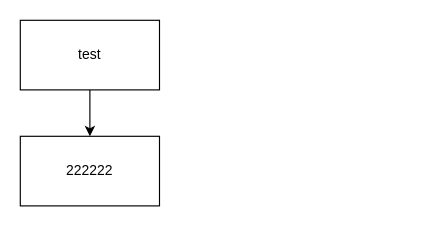
The draw.io diagram 未命名绘图.drawio in xyzgithome/algorithm, before the edit. Source tidied: cells renumbered, new cells numbered last; positions are measured from the earlier drawing's top-left corner, leaving out a move shared by most shapes. Both pictures are drawn from the tidied source at 116%, with x=0, y=0 at pixel (20, 20).
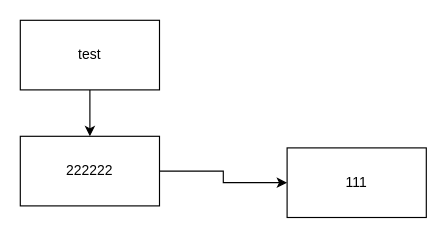
Above is the later version.

Commit message:
更新未命名绘图11111.drawio

Change to the diagram source:
```diff
@@
 <mxGraphModel>
   <root>
     <mxCell id="0" />
     <mxCell id="1" parent="0" />
     <mxCell id="2" style="edgeStyle=orthogonalEdgeStyle;rounded=0;jettySize=auto;html=1;" parent="1" edge="1" source="3" target="4">
       <mxGeometry relative="1" as="geometry" />
     </mxCell>
     <mxCell id="3" value="test" style="rounded=0;whiteSpace=wrap;html=1;" parent="1" vertex="1">
       <mxGeometry width="120" height="60" as="geometry" />
     </mxCell>
+    <mxCell id="5" style="edgeStyle=orthogonalEdgeStyle;rounded=0;jettySize=auto;html=1;" parent="1" edge="1" source="4" target="6">
+      <mxGeometry relative="1" as="geometry" />
+    </mxCell>
     <mxCell id="4" value="222222" style="rounded=0;whiteSpace=wrap;html=1;" parent="1" vertex="1">
       <mxGeometry y="100" width="120" height="60" as="geometry" />
     </mxCell>
+    <mxCell id="6" value="111" style="rounded=0;whiteSpace=wrap;html=1;" parent="1" vertex="1">
+      <mxGeometry x="230" y="110" width="120" height="60" as="geometry" />
+    </mxCell>
   </root>
 </mxGraphModel>
```
